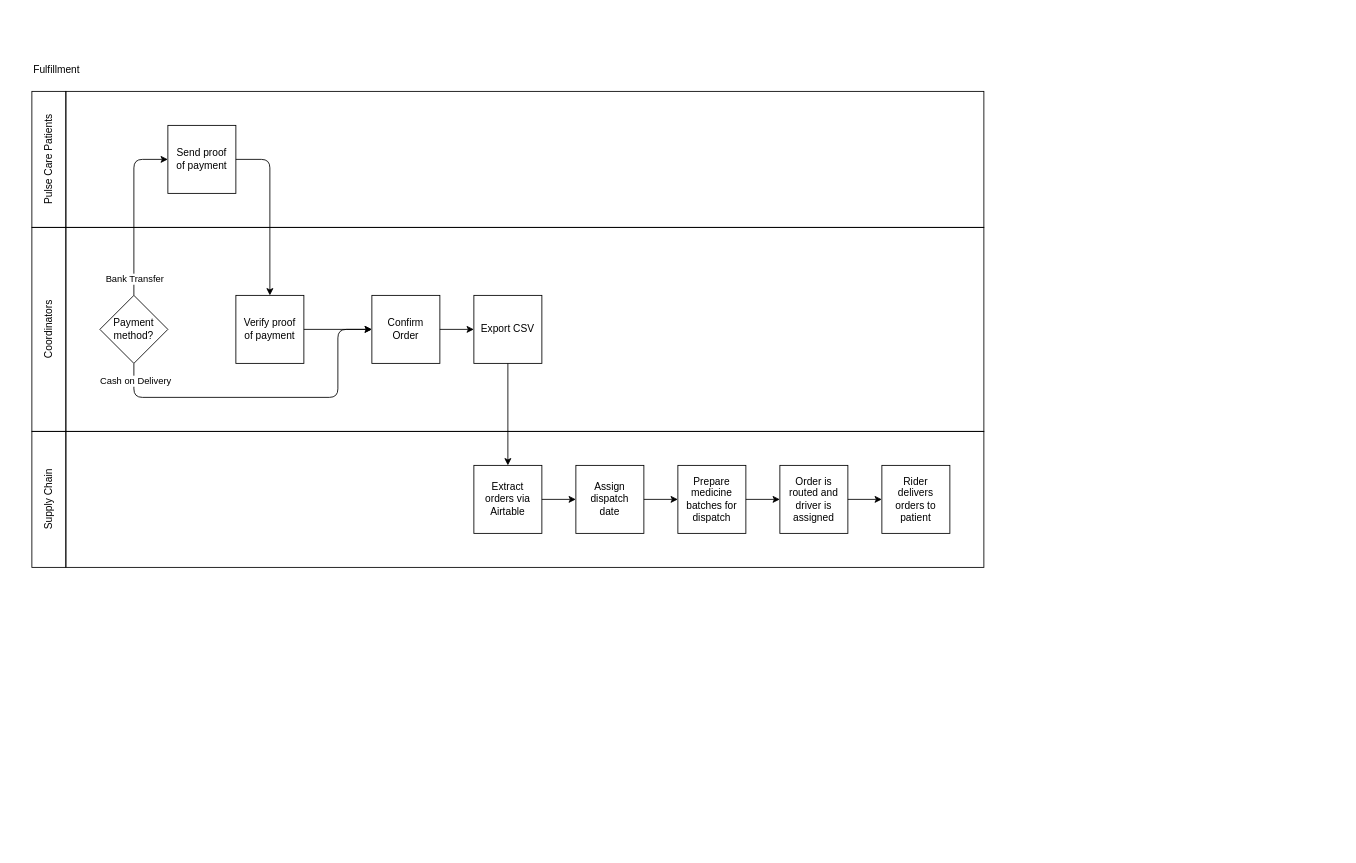
Above: page "Data Flow Diagram" (1 of 2) of Patient Programs/NS Pulse Care/Fulfillment.dio in MedGrocer/diagrams (draw.io), before the change. Source tidied: cells renumbered, new cells numbered last; positions are measured from the earlier drawing's top-left corner, leaving out a move shared by most shapes. Both pictures are drawn from the tidied source at 85%, with x=0, y=0 at pixel (-54, 57).
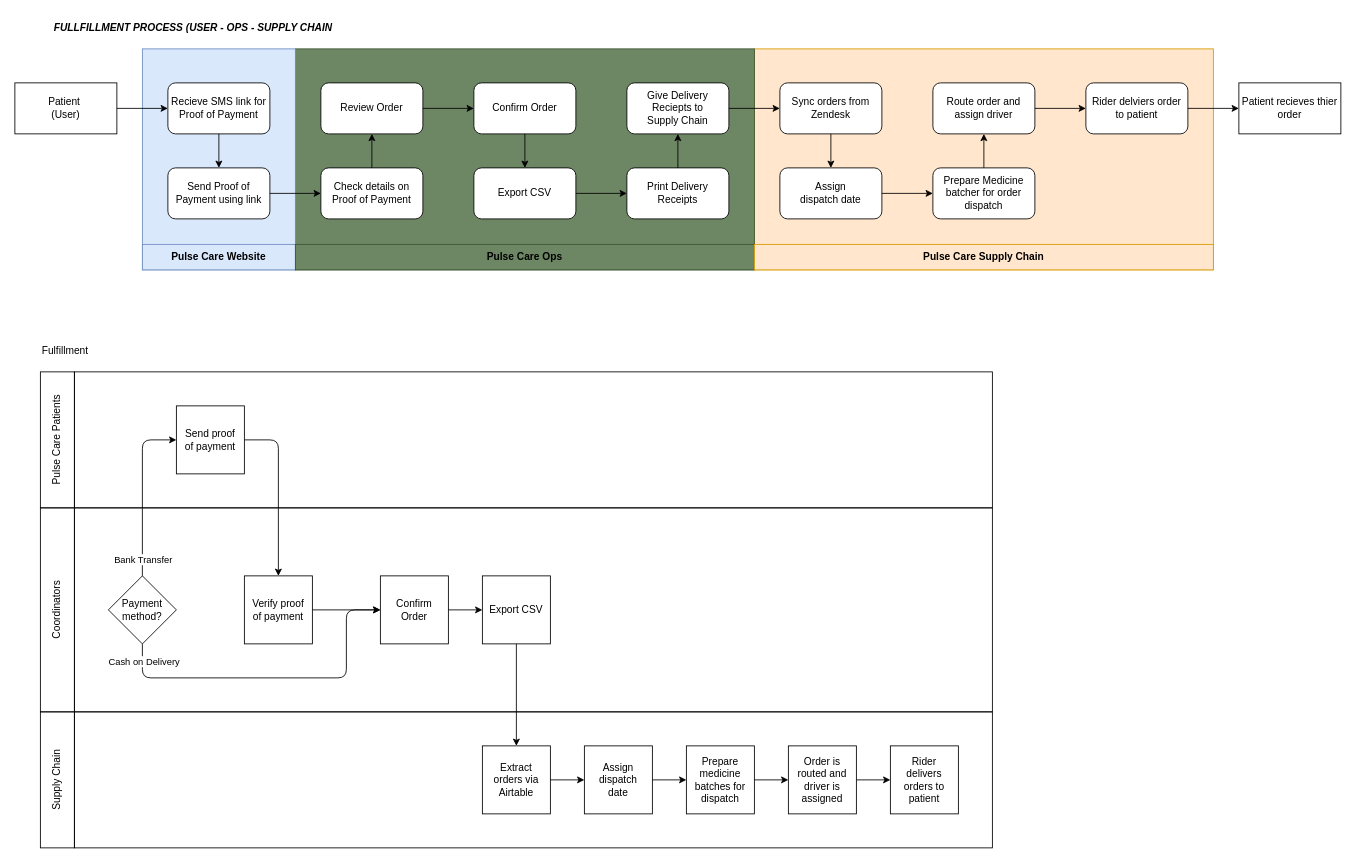
Above is the later version.

Commit message (it also covers changes not shown here):
Completed DFD for NSX website

Diff of the diagram source:
```diff
@@
+    <mxCell id="31" style="group;" parent="1" vertex="1">
+      <mxGeometry x="110" y="330" width="1120" height="600" as="geometry" />
+    </mxCell>
-    <mxCell id="2" style="rounded=0;whiteSpace=wrap;html=1;fillColor=none;" parent="1" vertex="1">
-      <mxGeometry x="140" y="440" width="1080" height="160" as="geometry" />
+    <mxCell id="2" style="rounded=0;whiteSpace=wrap;html=1;fillColor=none;" parent="31" vertex="1">
+      <mxGeometry x="40" y="440" width="1080" height="160" as="geometry" />
     </mxCell>
-    <mxCell id="3" style="rounded=0;whiteSpace=wrap;html=1;fillColor=none;" parent="1" vertex="1">
-      <mxGeometry x="140" y="40" width="1080" height="160" as="geometry" />
+    <mxCell id="3" style="rounded=0;whiteSpace=wrap;html=1;fillColor=none;" parent="31" vertex="1">
+      <mxGeometry x="40" y="40" width="1080" height="160" as="geometry" />
     </mxCell>
-    <mxCell id="4" value="Pulse Care Patients" style="rounded=0;whiteSpace=wrap;html=1;fillColor=none;rotation=-90;" parent="1" vertex="1">
-      <mxGeometry x="40" y="100" width="160" height="40" as="geometry" />
+    <mxCell id="4" value="Pulse Care Patients" style="rounded=0;whiteSpace=wrap;html=1;fillColor=none;rotation=-90;" parent="31" vertex="1">
+      <mxGeometry x="-60" y="100" width="160" height="40" as="geometry" />
     </mxCell>
-    <mxCell id="5" value="Fulfillment" style="text;html=1;align=left;verticalAlign=middle;strokeColor=none;fillColor=none;" parent="1" vertex="1">
-      <mxGeometry x="100" width="80" height="30" as="geometry" />
+    <mxCell id="5" value="Fulfillment" style="text;html=1;align=left;verticalAlign=middle;strokeColor=none;fillColor=none;" parent="31" vertex="1">
+      <mxGeometry width="80" height="30" as="geometry" />
     </mxCell>
-    <mxCell id="6" style="rounded=0;whiteSpace=wrap;html=1;fillColor=none;" parent="1" vertex="1">
-      <mxGeometry x="140" y="200" width="1080" height="240" as="geometry" />
+    <mxCell id="6" style="rounded=0;whiteSpace=wrap;html=1;fillColor=none;" parent="31" vertex="1">
+      <mxGeometry x="40" y="200" width="1080" height="240" as="geometry" />
     </mxCell>
-    <mxCell id="7" value="Coordinators" style="rounded=0;whiteSpace=wrap;html=1;fillColor=none;rotation=-90;" parent="1" vertex="1">
-      <mxGeometry y="300" width="240" height="40" as="geometry" />
+    <mxCell id="7" value="Coordinators" style="rounded=0;whiteSpace=wrap;html=1;fillColor=none;rotation=-90;" parent="31" vertex="1">
+      <mxGeometry x="-100" y="300" width="240" height="40" as="geometry" />
     </mxCell>
-    <mxCell id="8" style="edgeStyle=none;html=1;entryX=0;entryY=0.5;entryDx=0;entryDy=0;" parent="1" edge="1" source="27" target="11">
-      <mxGeometry relative="1" as="geometry">
-        <Array as="points">
-          <mxPoint x="220" y="120" />
-        </Array>
-      </mxGeometry>
-    </mxCell>
-    <mxCell id="9" value="Bank Transfer" style="edgeLabel;html=1;align=center;verticalAlign=middle;" parent="8" vertex="1">
-      <mxGeometry x="0.29" relative="1" as="geometry">
-        <mxPoint y="109" as="offset" />
-      </mxGeometry>
-    </mxCell>
-    <mxCell id="10" style="edgeStyle=none;html=1;entryX=0.5;entryY=0;entryDx=0;entryDy=0;exitX=1;exitY=0.5;exitDx=0;exitDy=0;" parent="1" edge="1" source="11" target="28">
-      <mxGeometry relative="1" as="geometry">
-        <Array as="points">
-          <mxPoint x="340" y="120" />
-          <mxPoint x="380" y="120" />
-        </Array>
-      </mxGeometry>
-    </mxCell>
-    <mxCell id="11" value="Send proof&lt;br&gt;of payment" style="rounded=0;whiteSpace=wrap;html=1;fillColor=none;" parent="1" vertex="1">
-      <mxGeometry x="260" y="80" width="80" height="80" as="geometry" />
+    <mxCell id="11" value="Send proof&lt;br&gt;of payment" style="rounded=0;whiteSpace=wrap;html=1;fillColor=none;" parent="31" vertex="1">
+      <mxGeometry x="160" y="80" width="80" height="80" as="geometry" />
     </mxCell>
-    <mxCell id="12" style="edgeStyle=none;html=1;entryX=0;entryY=0.5;entryDx=0;entryDy=0;" parent="1" edge="1" source="13" target="29">
-      <mxGeometry relative="1" as="geometry" />
-    </mxCell>
-    <mxCell id="13" value="Confirm&lt;br&gt;Order" style="rounded=0;whiteSpace=wrap;html=1;fillColor=none;" parent="1" vertex="1">
-      <mxGeometry x="500" y="280" width="80" height="80" as="geometry" />
+    <mxCell id="13" value="Confirm&lt;br&gt;Order" style="rounded=0;whiteSpace=wrap;html=1;fillColor=none;" parent="31" vertex="1">
+      <mxGeometry x="400" y="280" width="80" height="80" as="geometry" />
     </mxCell>
-    <mxCell id="14" style="edgeStyle=none;html=1;exitX=0.5;exitY=1;exitDx=0;exitDy=0;entryX=0;entryY=0.5;entryDx=0;entryDy=0;" parent="1" edge="1" source="27" target="13">
+    <mxCell id="14" style="edgeStyle=none;html=1;exitX=0.5;exitY=1;exitDx=0;exitDy=0;entryX=0;entryY=0.5;entryDx=0;entryDy=0;" parent="31" edge="1" source="27" target="13">
       <mxGeometry relative="1" as="geometry">
         <Array as="points">
-          <mxPoint x="220" y="400" />
-          <mxPoint x="460" y="400" />
-          <mxPoint x="460" y="320" />
+          <mxPoint x="120" y="400" />
+          <mxPoint x="360" y="400" />
+          <mxPoint x="360" y="320" />
         </Array>
       </mxGeometry>
     </mxCell>
@@
-    <mxCell id="16" style="edgeStyle=none;html=1;entryX=0;entryY=0.5;entryDx=0;entryDy=0;" parent="1" edge="1" source="28" target="13">
+    <mxCell id="16" style="edgeStyle=none;html=1;entryX=0;entryY=0.5;entryDx=0;entryDy=0;" parent="31" edge="1" source="28" target="13">
       <mxGeometry relative="1" as="geometry" />
     </mxCell>
-    <mxCell id="17" style="edgeStyle=none;html=1;entryX=0;entryY=0.5;entryDx=0;entryDy=0;" parent="1" edge="1" source="18" target="21">
-      <mxGeometry relative="1" as="geometry" />
-    </mxCell>
-    <mxCell id="18" value="Extract&lt;br&gt;orders via Airtable" style="rounded=0;whiteSpace=wrap;html=1;fillColor=none;" parent="1" vertex="1">
-      <mxGeometry x="620" y="480" width="80" height="80" as="geometry" />
+    <mxCell id="18" value="Extract&lt;br&gt;orders via Airtable" style="rounded=0;whiteSpace=wrap;html=1;fillColor=none;" parent="31" vertex="1">
+      <mxGeometry x="520" y="480" width="80" height="80" as="geometry" />
     </mxCell>
-    <mxCell id="19" style="edgeStyle=none;html=1;entryX=0.5;entryY=0;entryDx=0;entryDy=0;" parent="1" edge="1" source="29" target="18">
+    <mxCell id="19" style="edgeStyle=none;html=1;entryX=0.5;entryY=0;entryDx=0;entryDy=0;" parent="31" edge="1" source="29" target="18">
       <mxGeometry relative="1" as="geometry" />
     </mxCell>
+    <mxCell id="21" value="Assign dispatch&lt;br&gt;date" style="rounded=0;whiteSpace=wrap;html=1;fillColor=none;" parent="31" vertex="1">
+      <mxGeometry x="640" y="480" width="80" height="80" as="geometry" />
+    </mxCell>
+    <mxCell id="17" style="edgeStyle=none;html=1;entryX=0;entryY=0.5;entryDx=0;entryDy=0;" parent="31" edge="1" source="18" target="21">
+      <mxGeometry relative="1" as="geometry" />
+    </mxCell>
+    <mxCell id="23" value="Prepare medicine batches for dispatch" style="rounded=0;whiteSpace=wrap;html=1;fillColor=none;" parent="31" vertex="1">
+      <mxGeometry x="760" y="480" width="80" height="80" as="geometry" />
+    </mxCell>
-    <mxCell id="20" style="edgeStyle=none;html=1;entryX=0;entryY=0.5;entryDx=0;entryDy=0;" parent="1" edge="1" source="21" target="23">
+    <mxCell id="20" style="edgeStyle=none;html=1;entryX=0;entryY=0.5;entryDx=0;entryDy=0;" parent="31" edge="1" source="21" target="23">
       <mxGeometry relative="1" as="geometry" />
     </mxCell>
-    <mxCell id="21" value="Assign dispatch&lt;br&gt;date" style="rounded=0;whiteSpace=wrap;html=1;fillColor=none;" parent="1" vertex="1">
-      <mxGeometry x="740" y="480" width="80" height="80" as="geometry" />
-    </mxCell>
+    <mxCell id="25" value="Order is routed and driver is assigned" style="rounded=0;whiteSpace=wrap;html=1;fillColor=none;" parent="31" vertex="1">
+      <mxGeometry x="880" y="480" width="80" height="80" as="geometry" />
+    </mxCell>
-    <mxCell id="22" style="edgeStyle=none;html=1;entryX=0;entryY=0.5;entryDx=0;entryDy=0;" parent="1" edge="1" source="23" target="25">
+    <mxCell id="22" style="edgeStyle=none;html=1;entryX=0;entryY=0.5;entryDx=0;entryDy=0;" parent="31" edge="1" source="23" target="25">
       <mxGeometry relative="1" as="geometry" />
     </mxCell>
-    <mxCell id="23" value="Prepare medicine batches for dispatch" style="rounded=0;whiteSpace=wrap;html=1;fillColor=none;" parent="1" vertex="1">
-      <mxGeometry x="860" y="480" width="80" height="80" as="geometry" />
-    </mxCell>
+    <mxCell id="26" value="Rider&lt;br&gt;delivers orders to patient" style="rounded=0;whiteSpace=wrap;html=1;fillColor=none;" parent="31" vertex="1">
+      <mxGeometry x="1000" y="480" width="80" height="80" as="geometry" />
+    </mxCell>
-    <mxCell id="24" style="edgeStyle=none;html=1;entryX=0;entryY=0.5;entryDx=0;entryDy=0;" parent="1" edge="1" source="25" target="26">
+    <mxCell id="24" style="edgeStyle=none;html=1;entryX=0;entryY=0.5;entryDx=0;entryDy=0;" parent="31" edge="1" source="25" target="26">
       <mxGeometry relative="1" as="geometry" />
     </mxCell>
-    <mxCell id="25" value="Order is routed and driver is assigned" style="rounded=0;whiteSpace=wrap;html=1;fillColor=none;" parent="1" vertex="1">
-      <mxGeometry x="980" y="480" width="80" height="80" as="geometry" />
-    </mxCell>
-    <mxCell id="26" value="Rider&lt;br&gt;delivers orders to patient" style="rounded=0;whiteSpace=wrap;html=1;fillColor=none;" parent="1" vertex="1">
-      <mxGeometry x="1100" y="480" width="80" height="80" as="geometry" />
-    </mxCell>
-    <mxCell id="27" value="Payment method?" style="rhombus;whiteSpace=wrap;html=1;" parent="1" vertex="1">
-      <mxGeometry x="180" y="280" width="80" height="80" as="geometry" />
+    <mxCell id="27" value="Payment method?" style="rhombus;whiteSpace=wrap;html=1;" parent="31" vertex="1">
+      <mxGeometry x="80" y="280" width="80" height="80" as="geometry" />
     </mxCell>
+    <mxCell id="8" style="edgeStyle=none;html=1;entryX=0;entryY=0.5;entryDx=0;entryDy=0;" parent="31" edge="1" source="27" target="11">
+      <mxGeometry relative="1" as="geometry">
+        <Array as="points">
+          <mxPoint x="120" y="120" />
+        </Array>
+      </mxGeometry>
+    </mxCell>
+    <mxCell id="9" value="Bank Transfer" style="edgeLabel;html=1;align=center;verticalAlign=middle;" parent="8" vertex="1">
+      <mxGeometry x="0.29" relative="1" as="geometry">
+        <mxPoint y="109" as="offset" />
+      </mxGeometry>
+    </mxCell>
-    <mxCell id="28" value="Verify proof&lt;br&gt;of payment" style="rounded=0;whiteSpace=wrap;html=1;fillColor=none;" parent="1" vertex="1">
-      <mxGeometry x="340" y="280" width="80" height="80" as="geometry" />
+    <mxCell id="28" value="Verify proof&lt;br&gt;of payment" style="rounded=0;whiteSpace=wrap;html=1;fillColor=none;" parent="31" vertex="1">
+      <mxGeometry x="240" y="280" width="80" height="80" as="geometry" />
     </mxCell>
+    <mxCell id="10" style="edgeStyle=none;html=1;entryX=0.5;entryY=0;entryDx=0;entryDy=0;exitX=1;exitY=0.5;exitDx=0;exitDy=0;" parent="31" edge="1" source="11" target="28">
+      <mxGeometry relative="1" as="geometry">
+        <Array as="points">
+          <mxPoint x="240" y="120" />
+          <mxPoint x="280" y="120" />
+        </Array>
+      </mxGeometry>
+    </mxCell>
-    <mxCell id="29" value="Export CSV" style="rounded=0;whiteSpace=wrap;html=1;fillColor=none;" parent="1" vertex="1">
-      <mxGeometry x="620" y="280" width="80" height="80" as="geometry" />
+    <mxCell id="29" value="Export CSV" style="rounded=0;whiteSpace=wrap;html=1;fillColor=none;" parent="31" vertex="1">
+      <mxGeometry x="520" y="280" width="80" height="80" as="geometry" />
     </mxCell>
+    <mxCell id="12" style="edgeStyle=none;html=1;entryX=0;entryY=0.5;entryDx=0;entryDy=0;" parent="31" edge="1" source="13" target="29">
+      <mxGeometry relative="1" as="geometry" />
+    </mxCell>
-    <mxCell id="30" value="Supply Chain" style="rounded=0;whiteSpace=wrap;html=1;fillColor=none;rotation=-90;" parent="1" vertex="1">
-      <mxGeometry x="40" y="500" width="160" height="40" as="geometry" />
+    <mxCell id="30" value="Supply Chain" style="rounded=0;whiteSpace=wrap;html=1;fillColor=none;rotation=-90;" parent="31" vertex="1">
+      <mxGeometry x="-60" y="500" width="160" height="40" as="geometry" />
     </mxCell>
+    <mxCell id="32" style="group;" parent="1" vertex="1">
+      <mxGeometry x="80" y="-10" width="1560" height="260" as="geometry" />
+    </mxCell>
+    <mxCell id="33" style="rounded=0;whiteSpace=wrap;html=1;fillColor=#ffe6cc;strokeColor=#d79b00;" parent="32" vertex="1">
+      <mxGeometry x="870" width="540" height="260" as="geometry" />
+    </mxCell>
+    <mxCell id="34" style="rounded=0;whiteSpace=wrap;html=1;fillColor=#6d8764;strokeColor=#3A5431;fontColor=#ffffff;" parent="32" vertex="1">
+      <mxGeometry x="330" width="540" height="260" as="geometry" />
+    </mxCell>
+    <mxCell id="35" style="rounded=0;whiteSpace=wrap;html=1;fillColor=#dae8fc;strokeColor=#6c8ebf;" parent="32" vertex="1">
+      <mxGeometry x="150" width="180" height="260" as="geometry" />
+    </mxCell>
+    <mxCell id="36" value="Patient&amp;nbsp;&lt;br&gt;(User)" style="rounded=0;whiteSpace=wrap;html=1;" parent="32" vertex="1">
+      <mxGeometry y="40" width="120" height="60" as="geometry" />
+    </mxCell>
+    <mxCell id="37" value="Recieve SMS link for Proof of Payment" style="rounded=1;whiteSpace=wrap;html=1;" parent="32" vertex="1">
+      <mxGeometry x="180" y="40" width="120" height="60" as="geometry" />
+    </mxCell>
+    <mxCell id="38" style="edgeStyle=none;html=1;exitX=1;exitY=0.5;exitDx=0;exitDy=0;entryX=0;entryY=0.5;entryDx=0;entryDy=0;" parent="32" edge="1" source="36" target="37">
+      <mxGeometry relative="1" as="geometry" />
+    </mxCell>
+    <mxCell id="39" value="Send Proof of Payment using link" style="rounded=1;whiteSpace=wrap;html=1;" parent="32" vertex="1">
+      <mxGeometry x="180" y="140" width="120" height="60" as="geometry" />
+    </mxCell>
+    <mxCell id="40" style="edgeStyle=none;html=1;exitX=0.5;exitY=1;exitDx=0;exitDy=0;entryX=0.5;entryY=0;entryDx=0;entryDy=0;" parent="32" edge="1" source="37" target="39">
+      <mxGeometry relative="1" as="geometry" />
+    </mxCell>
+    <mxCell id="41" value="Check details on Proof of Payment" style="rounded=1;whiteSpace=wrap;html=1;" parent="32" vertex="1">
+      <mxGeometry x="360" y="140" width="120" height="60" as="geometry" />
+    </mxCell>
+    <mxCell id="42" style="edgeStyle=none;html=1;exitX=1;exitY=0.5;exitDx=0;exitDy=0;" parent="32" edge="1" source="39" target="41">
+      <mxGeometry relative="1" as="geometry" />
+    </mxCell>
+    <mxCell id="43" value="Review Order" style="rounded=1;whiteSpace=wrap;html=1;" parent="32" vertex="1">
+      <mxGeometry x="360" y="40" width="120" height="60" as="geometry" />
+    </mxCell>
+    <mxCell id="44" style="edgeStyle=none;html=1;exitX=0.5;exitY=0;exitDx=0;exitDy=0;entryX=0.5;entryY=1;entryDx=0;entryDy=0;" parent="32" edge="1" source="41" target="43">
+      <mxGeometry relative="1" as="geometry" />
+    </mxCell>
+    <mxCell id="45" value="Confirm Order" style="rounded=1;whiteSpace=wrap;html=1;" parent="32" vertex="1">
+      <mxGeometry x="540" y="40" width="120" height="60" as="geometry" />
+    </mxCell>
+    <mxCell id="46" style="edgeStyle=none;html=1;exitX=1;exitY=0.5;exitDx=0;exitDy=0;entryX=0;entryY=0.5;entryDx=0;entryDy=0;" parent="32" edge="1" source="43" target="45">
+      <mxGeometry relative="1" as="geometry" />
+    </mxCell>
+    <mxCell id="47" value="Export CSV" style="rounded=1;whiteSpace=wrap;html=1;" parent="32" vertex="1">
+      <mxGeometry x="540" y="140" width="120" height="60" as="geometry" />
+    </mxCell>
+    <mxCell id="48" style="edgeStyle=none;html=1;exitX=0.5;exitY=1;exitDx=0;exitDy=0;entryX=0.5;entryY=0;entryDx=0;entryDy=0;" parent="32" edge="1" source="45" target="47">
+      <mxGeometry relative="1" as="geometry" />
+    </mxCell>
+    <mxCell id="49" value="Print Delivery Receipts" style="rounded=1;whiteSpace=wrap;html=1;" parent="32" vertex="1">
+      <mxGeometry x="720" y="140" width="120" height="60" as="geometry" />
+    </mxCell>
+    <mxCell id="50" style="edgeStyle=none;html=1;exitX=1;exitY=0.5;exitDx=0;exitDy=0;entryX=0;entryY=0.5;entryDx=0;entryDy=0;" parent="32" edge="1" source="47" target="49">
+      <mxGeometry relative="1" as="geometry" />
+    </mxCell>
+    <mxCell id="51" value="Give Delivery Reciepts to &lt;br&gt;Supply Chain" style="rounded=1;whiteSpace=wrap;html=1;" parent="32" vertex="1">
+      <mxGeometry x="720" y="40" width="120" height="60" as="geometry" />
+    </mxCell>
+    <mxCell id="52" style="edgeStyle=none;html=1;exitX=0.5;exitY=0;exitDx=0;exitDy=0;entryX=0.5;entryY=1;entryDx=0;entryDy=0;" parent="32" edge="1" source="49" target="51">
+      <mxGeometry relative="1" as="geometry" />
+    </mxCell>
+    <mxCell id="53" value="Sync orders from Zendesk" style="rounded=1;whiteSpace=wrap;html=1;" parent="32" vertex="1">
+      <mxGeometry x="900" y="40" width="120" height="60" as="geometry" />
+    </mxCell>
+    <mxCell id="54" style="edgeStyle=none;html=1;exitX=1;exitY=0.5;exitDx=0;exitDy=0;entryX=0;entryY=0.5;entryDx=0;entryDy=0;" parent="32" edge="1" source="51" target="53">
+      <mxGeometry relative="1" as="geometry" />
+    </mxCell>
+    <mxCell id="55" value="Assign &lt;br&gt;dispatch date" style="rounded=1;whiteSpace=wrap;html=1;" parent="32" vertex="1">
+      <mxGeometry x="900" y="140" width="120" height="60" as="geometry" />
+    </mxCell>
+    <mxCell id="56" style="edgeStyle=none;html=1;exitX=0.5;exitY=1;exitDx=0;exitDy=0;entryX=0.5;entryY=0;entryDx=0;entryDy=0;" parent="32" edge="1" source="53" target="55">
+      <mxGeometry relative="1" as="geometry" />
+    </mxCell>
+    <mxCell id="57" value="Prepare Medicine batcher for order dispatch" style="rounded=1;whiteSpace=wrap;html=1;" parent="32" vertex="1">
+      <mxGeometry x="1080" y="140" width="120" height="60" as="geometry" />
+    </mxCell>
+    <mxCell id="58" style="edgeStyle=none;html=1;exitX=1;exitY=0.5;exitDx=0;exitDy=0;" parent="32" edge="1" source="55" target="57">
+      <mxGeometry relative="1" as="geometry" />
+    </mxCell>
+    <mxCell id="59" value="Route order and assign driver" style="rounded=1;whiteSpace=wrap;html=1;" parent="32" vertex="1">
+      <mxGeometry x="1080" y="40" width="120" height="60" as="geometry" />
+    </mxCell>
+    <mxCell id="60" style="edgeStyle=none;html=1;exitX=0.5;exitY=0;exitDx=0;exitDy=0;" parent="32" edge="1" source="57" target="59">
+      <mxGeometry relative="1" as="geometry" />
+    </mxCell>
+    <mxCell id="61" value="Rider delviers order to patient" style="rounded=1;whiteSpace=wrap;html=1;" parent="32" vertex="1">
+      <mxGeometry x="1260" y="40" width="120" height="60" as="geometry" />
+    </mxCell>
+    <mxCell id="62" style="edgeStyle=none;html=1;exitX=1;exitY=0.5;exitDx=0;exitDy=0;" parent="32" edge="1" source="59" target="61">
+      <mxGeometry relative="1" as="geometry" />
+    </mxCell>
+    <mxCell id="63" value="Patient recieves thier order" style="rounded=0;whiteSpace=wrap;html=1;" parent="32" vertex="1">
+      <mxGeometry x="1440" y="40" width="120" height="60" as="geometry" />
+    </mxCell>
+    <mxCell id="64" style="edgeStyle=none;html=1;exitX=1;exitY=0.5;exitDx=0;exitDy=0;entryX=0;entryY=0.5;entryDx=0;entryDy=0;" parent="32" edge="1" source="61" target="63">
+      <mxGeometry relative="1" as="geometry" />
+    </mxCell>
+    <mxCell id="65" style="rounded=0;whiteSpace=wrap;html=1;fillColor=#dae8fc;strokeColor=#6c8ebf;" parent="32" vertex="1">
+      <mxGeometry x="150" y="230" width="180" height="30" as="geometry" />
+    </mxCell>
+    <mxCell id="66" style="rounded=0;whiteSpace=wrap;html=1;fillColor=#6d8764;fontColor=#ffffff;strokeColor=#3A5431;" parent="32" vertex="1">
+      <mxGeometry x="330" y="230" width="540" height="30" as="geometry" />
+    </mxCell>
+    <mxCell id="67" style="rounded=0;whiteSpace=wrap;html=1;fillColor=#ffe6cc;strokeColor=#d79b00;" parent="32" vertex="1">
+      <mxGeometry x="870" y="230" width="540" height="30" as="geometry" />
+    </mxCell>
+    <mxCell id="68" value="&lt;b&gt;Pulse Care Website&lt;/b&gt;" style="text;html=1;strokeColor=none;fillColor=none;align=center;verticalAlign=middle;whiteSpace=wrap;rounded=0;" parent="32" vertex="1">
+      <mxGeometry x="180" y="230" width="120" height="30" as="geometry" />
+    </mxCell>
+    <mxCell id="69" value="&lt;b&gt;Pulse Care Ops&lt;/b&gt;" style="text;html=1;strokeColor=none;fillColor=none;align=center;verticalAlign=middle;whiteSpace=wrap;rounded=0;" parent="32" vertex="1">
+      <mxGeometry x="540" y="230" width="120" height="30" as="geometry" />
+    </mxCell>
+    <mxCell id="70" value="&lt;b&gt;Pulse Care Supply Chain&lt;/b&gt;" style="text;html=1;strokeColor=none;fillColor=none;align=center;verticalAlign=middle;whiteSpace=wrap;rounded=0;" parent="32" vertex="1">
+      <mxGeometry x="1065" y="230" width="150" height="30" as="geometry" />
+    </mxCell>
+    <mxCell id="71" value="&lt;b&gt;&lt;i&gt;FULLFILLMENT PROCESS (USER - OPS - SUPPLY CHAIN&lt;/i&gt;&lt;/b&gt;" style="text;html=1;strokeColor=none;fillColor=none;align=center;verticalAlign=middle;whiteSpace=wrap;rounded=0;" parent="1" vertex="1">
+      <mxGeometry x="110" y="-50" width="360" height="30" as="geometry" />
+    </mxCell>
```
